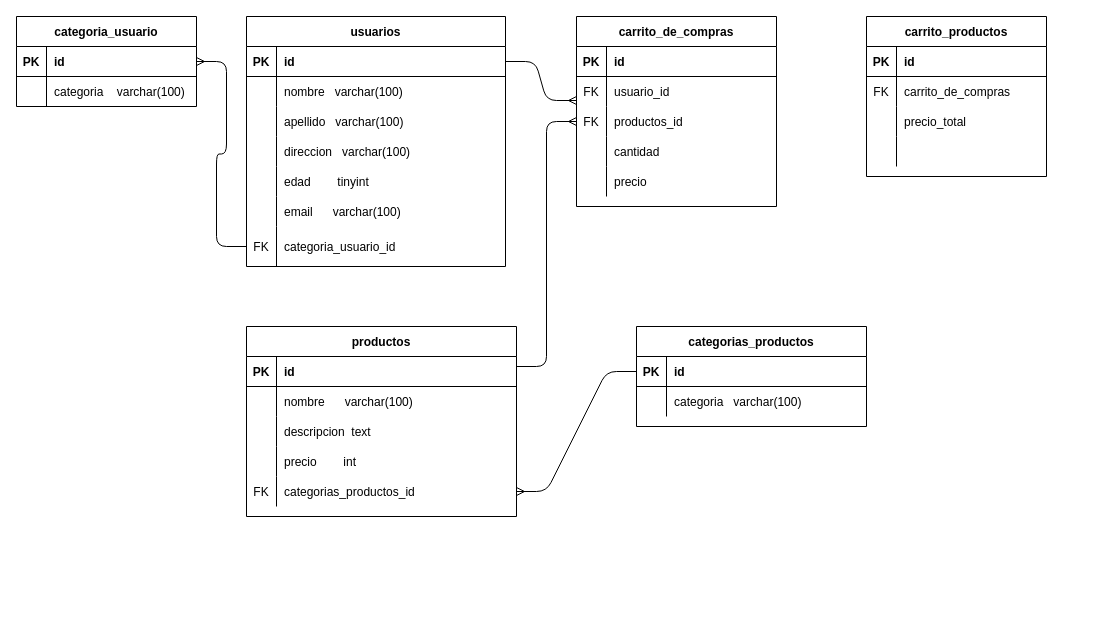
Above: src/data/diagrama.drawio in 0621CDFSNCN12LAED/grupo-10 (draw.io), before the change. Source tidied: cells renumbered, new cells numbered last; positions are measured from the earlier drawing's top-left corner, leaving out a move shared by most shapes. Both pictures are drawn from the tidied source at 100%, with x=0, y=0 at pixel (16, 16).
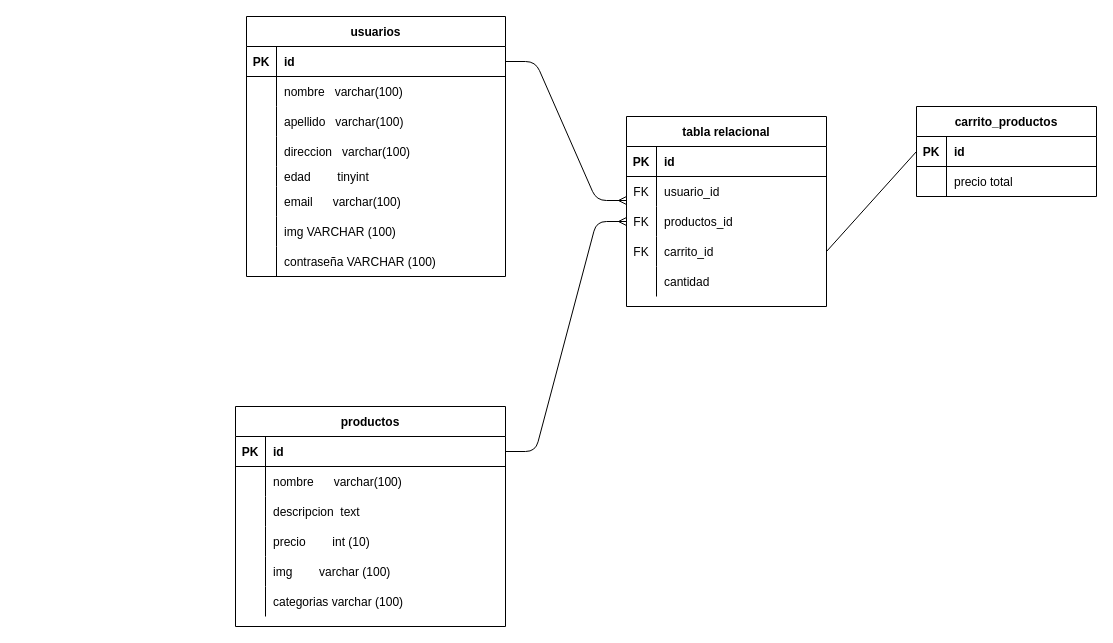
The same diagram, later.

Unchanged cells that the change refers to:
```xml
<mxCell id="10" style="shape=partialRectangle;fillColor=none;top=0;left=0;bottom=1;right=0;points=[[0,0.5],[1,0.5]];portConstraint=eastwest;" parent="9" vertex="1">
  <mxGeometry y="30" width="270" height="30" as="geometry" />
</mxCell>
<mxCell id="19" style="shape=partialRectangle;fillColor=none;top=0;left=0;bottom=0;right=0;" parent="9" vertex="1">
  <mxGeometry y="120" width="270" height="30" as="geometry" />
</mxCell>
<mxCell id="22" style="shape=partialRectangle;fillColor=none;top=0;left=0;bottom=0;right=0;points=[[0,0.5],[1,0.5]];portConstraint=eastwest;" parent="9" vertex="1">
  <mxGeometry y="150" width="270" height="30" as="geometry" />
</mxCell>
<mxCell id="61" style="shape=partialRectangle;fillColor=none;top=0;left=0;bottom=0;right=0;points=[[0,0.5],[1,0.5]];portConstraint=eastwest;" parent="54" vertex="1">
  <mxGeometry y="90" width="200" height="30" as="geometry" />
</mxCell>
<mxCell id="72" style="shape=partialRectangle;fillColor=none;top=0;left=0;bottom=1;right=0;points=[[0,0.5],[1,0.5]];portConstraint=eastwest;" parent="71" vertex="1">
  <mxGeometry y="30" width="180" height="30" as="geometry" />
</mxCell>
<mxCell id="75" style="shape=partialRectangle;fillColor=none;top=0;left=0;bottom=0;right=0;" parent="71" vertex="1">
  <mxGeometry y="60" width="180" height="30" as="geometry" />
</mxCell>
```

The edit, as a diff of the source:
```diff
@@
-    <mxCell id="2" value="categorias_productos" style="shape=table;startSize=30;childLayout=tableLayout;rowLines=0;fontStyle=1;align=center;" parent="1" vertex="1">
-      <mxGeometry x="620" y="310" width="230" height="100" as="geometry" />
-    </mxCell>
-    <mxCell id="3" style="shape=partialRectangle;fillColor=none;top=0;left=0;bottom=1;right=0;points=[[0,0.5],[1,0.5]];portConstraint=eastwest;" parent="2" vertex="1">
-      <mxGeometry y="30" width="230" height="30" as="geometry" />
-    </mxCell>
-    <mxCell id="4" value="PK" style="shape=partialRectangle;fillColor=none;top=0;left=0;bottom=0;right=0;fontStyle=1;overflow=hidden;" parent="3" vertex="1">
-      <mxGeometry width="30" height="30" as="geometry" />
-    </mxCell>
-    <mxCell id="5" value="id" style="shape=partialRectangle;fillColor=none;top=0;left=0;bottom=0;right=0;align=left;spacingLeft=6;fontStyle=1;overflow=hidden;" parent="3" vertex="1">
-      <mxGeometry x="30" width="200" height="30" as="geometry" />
-    </mxCell>
-    <mxCell id="6" style="shape=partialRectangle;fillColor=none;top=0;left=0;bottom=0;right=0;" parent="2" vertex="1">
-      <mxGeometry y="60" width="230" height="30" as="geometry" />
-    </mxCell>
-    <mxCell id="7" style="shape=partialRectangle;fillColor=none;top=0;left=0;bottom=0;right=0;overflow=hidden;" parent="6" vertex="1">
-      <mxGeometry width="30" height="30" as="geometry" />
-    </mxCell>
-    <mxCell id="8" value="categoria   varchar(100)" style="shape=partialRectangle;fillColor=none;top=0;left=0;bottom=0;right=0;align=left;spacingLeft=6;overflow=hidden;" parent="6" vertex="1">
-      <mxGeometry x="30" width="200" height="30" as="geometry" />
-    </mxCell>
     <mxCell id="9" value="productos" style="shape=table;startSize=30;childLayout=tableLayout;rowLines=0;fontStyle=1;align=center;" parent="1" vertex="1">
-      <mxGeometry x="230" y="310" width="270" height="190" as="geometry" />
+      <mxGeometry x="219" y="390" width="270" height="220" as="geometry" />
     </mxCell>
@@
-    <mxCell id="21" value="precio        int" style="shape=partialRectangle;fillColor=none;top=0;left=0;bottom=0;right=0;align=left;spacingLeft=6;overflow=hidden;" parent="19" vertex="1">
+    <mxCell id="21" value="precio        int (10)" style="shape=partialRectangle;fillColor=none;top=0;left=0;bottom=0;right=0;align=left;spacingLeft=6;overflow=hidden;" parent="19" vertex="1">
       <mxGeometry x="30" width="240" height="30" as="geometry" />
     </mxCell>
@@
-    <mxCell id="23" value="FK" style="shape=partialRectangle;fillColor=none;top=0;left=0;bottom=0;right=0;overflow=hidden;" parent="22" vertex="1">
+    <mxCell id="23" style="shape=partialRectangle;fillColor=none;top=0;left=0;bottom=0;right=0;overflow=hidden;" parent="22" vertex="1">
       <mxGeometry width="30" height="30" as="geometry" />
     </mxCell>
-    <mxCell id="24" value="categorias_productos_id" style="shape=partialRectangle;fillColor=none;top=0;left=0;bottom=0;right=0;align=left;spacingLeft=6;overflow=hidden;" parent="22" vertex="1">
+    <mxCell id="24" value="img        varchar (100)" style="shape=partialRectangle;fillColor=none;top=0;left=0;bottom=0;right=0;align=left;spacingLeft=6;overflow=hidden;" parent="22" vertex="1">
       <mxGeometry x="30" width="240" height="30" as="geometry" />
     </mxCell>
+    <mxCell id="87" style="shape=partialRectangle;fillColor=none;top=0;left=0;bottom=0;right=0;" parent="9" vertex="1">
+      <mxGeometry y="180" width="270" height="30" as="geometry" />
+    </mxCell>
+    <mxCell id="88" style="shape=partialRectangle;fillColor=none;top=0;left=0;bottom=0;right=0;overflow=hidden;" parent="87" vertex="1">
+      <mxGeometry width="30" height="30" as="geometry" />
+    </mxCell>
+    <mxCell id="89" value="categorias varchar (100)" style="shape=partialRectangle;fillColor=none;top=0;left=0;bottom=0;right=0;align=left;spacingLeft=6;overflow=hidden;" parent="87" vertex="1">
+      <mxGeometry x="30" width="240" height="30" as="geometry" />
+    </mxCell>
     <mxCell id="25" value="usuarios" style="shape=table;startSize=30;childLayout=tableLayout;rowLines=0;fontStyle=1;align=center;" parent="1" vertex="1">
-      <mxGeometry x="230" width="259" height="250" as="geometry" />
+      <mxGeometry x="230" width="259" height="260" as="geometry" />
     </mxCell>
@@
     <mxCell id="38" style="shape=partialRectangle;fillColor=none;top=0;left=0;bottom=0;right=0;" parent="25" vertex="1">
-      <mxGeometry y="150" width="259" height="30" as="geometry" />
+      <mxGeometry y="150" width="259" height="20" as="geometry" />
     </mxCell>
     <mxCell id="39" style="shape=partialRectangle;fillColor=none;top=0;left=0;bottom=0;right=0;overflow=hidden;" parent="38" vertex="1">
-      <mxGeometry width="30" height="30" as="geometry" />
+      <mxGeometry width="30" height="20" as="geometry" />
     </mxCell>
     <mxCell id="40" value="edad        tinyint" style="shape=partialRectangle;fillColor=none;top=0;left=0;bottom=0;right=0;align=left;spacingLeft=6;overflow=hidden;" parent="38" vertex="1">
-      <mxGeometry x="30" width="229" height="30" as="geometry" />
+      <mxGeometry x="30" width="229" height="20" as="geometry" />
     </mxCell>
     <mxCell id="41" style="shape=partialRectangle;fillColor=none;top=0;left=0;bottom=0;right=0;" parent="25" vertex="1">
-      <mxGeometry y="180" width="259" height="30" as="geometry" />
+      <mxGeometry y="170" width="259" height="30" as="geometry" />
     </mxCell>
@@
-    <mxCell id="44" style="shape=partialRectangle;fillColor=none;top=0;left=0;bottom=0;right=0;points=[[0,0.5],[1,0.5]];portConstraint=eastwest;" parent="25" vertex="1">
-      <mxGeometry y="210" width="259" height="40" as="geometry" />
-    </mxCell>
-    <mxCell id="45" value="FK" style="shape=partialRectangle;fillColor=none;top=0;left=0;bottom=0;right=0;overflow=hidden;" parent="44" vertex="1">
-      <mxGeometry width="30" height="40" as="geometry" />
-    </mxCell>
-    <mxCell id="46" value="categoria_usuario_id" style="shape=partialRectangle;fillColor=none;top=0;left=0;bottom=0;right=0;align=left;spacingLeft=6;overflow=hidden;" parent="44" vertex="1">
-      <mxGeometry x="30" width="229" height="40" as="geometry" />
-    </mxCell>
-    <mxCell id="47" value="categoria_usuario" style="shape=table;startSize=30;childLayout=tableLayout;rowLines=0;fontStyle=1;align=center;" parent="1" vertex="1">
-      <mxGeometry width="180" height="90" as="geometry" />
-    </mxCell>
-    <mxCell id="48" style="shape=partialRectangle;fillColor=none;top=0;left=0;bottom=1;right=0;points=[[0,0.5],[1,0.5]];portConstraint=eastwest;" parent="47" vertex="1">
-      <mxGeometry y="30" width="180" height="30" as="geometry" />
-    </mxCell>
-    <mxCell id="49" value="PK" style="shape=partialRectangle;fillColor=none;top=0;left=0;bottom=0;right=0;fontStyle=1;overflow=hidden;" parent="48" vertex="1">
-      <mxGeometry width="30" height="30" as="geometry" />
-    </mxCell>
-    <mxCell id="50" value="id" style="shape=partialRectangle;fillColor=none;top=0;left=0;bottom=0;right=0;align=left;spacingLeft=6;fontStyle=1;overflow=hidden;" parent="48" vertex="1">
-      <mxGeometry x="30" width="150" height="30" as="geometry" />
-    </mxCell>
-    <mxCell id="51" style="shape=partialRectangle;fillColor=none;top=0;left=0;bottom=0;right=0;" parent="47" vertex="1">
-      <mxGeometry y="60" width="180" height="30" as="geometry" />
-    </mxCell>
-    <mxCell id="52" style="shape=partialRectangle;fillColor=none;top=0;left=0;bottom=0;right=0;overflow=hidden;" parent="51" vertex="1">
-      <mxGeometry width="30" height="30" as="geometry" />
-    </mxCell>
-    <mxCell id="53" value="categoria    varchar(100)" style="shape=partialRectangle;fillColor=none;top=0;left=0;bottom=0;right=0;align=left;spacingLeft=6;overflow=hidden;" parent="51" vertex="1">
-      <mxGeometry x="30" width="150" height="30" as="geometry" />
-    </mxCell>
+    <mxCell id="90" style="shape=partialRectangle;fillColor=none;top=0;left=0;bottom=0;right=0;" parent="25" vertex="1">
+      <mxGeometry y="200" width="259" height="30" as="geometry" />
+    </mxCell>
+    <mxCell id="91" style="shape=partialRectangle;fillColor=none;top=0;left=0;bottom=0;right=0;overflow=hidden;" parent="90" vertex="1">
+      <mxGeometry width="30" height="30" as="geometry" />
+    </mxCell>
+    <mxCell id="92" value="img VARCHAR (100)" style="shape=partialRectangle;fillColor=none;top=0;left=0;bottom=0;right=0;align=left;spacingLeft=6;overflow=hidden;" parent="90" vertex="1">
+      <mxGeometry x="30" width="229" height="30" as="geometry" />
+    </mxCell>
+    <mxCell id="93" style="shape=partialRectangle;fillColor=none;top=0;left=0;bottom=0;right=0;" parent="25" vertex="1">
+      <mxGeometry y="230" width="259" height="30" as="geometry" />
+    </mxCell>
+    <mxCell id="94" style="shape=partialRectangle;fillColor=none;top=0;left=0;bottom=0;right=0;overflow=hidden;" parent="93" vertex="1">
+      <mxGeometry width="30" height="30" as="geometry" />
+    </mxCell>
+    <mxCell id="95" value="contraseña VARCHAR (100)" style="shape=partialRectangle;fillColor=none;top=0;left=0;bottom=0;right=0;align=left;spacingLeft=6;overflow=hidden;" parent="93" vertex="1">
+      <mxGeometry x="30" width="229" height="30" as="geometry" />
+    </mxCell>
-    <mxCell id="54" value="carrito_de_compras" style="shape=table;startSize=30;childLayout=tableLayout;rowLines=0;fontStyle=1;align=center;" parent="1" vertex="1">
-      <mxGeometry x="560" width="200" height="190" as="geometry" />
+    <mxCell id="54" value="tabla relacional" style="shape=table;startSize=30;childLayout=tableLayout;rowLines=0;fontStyle=1;align=center;" parent="1" vertex="1">
+      <mxGeometry x="610" y="100" width="200" height="190" as="geometry" />
     </mxCell>
@@
+    <mxCell id="67" style="shape=partialRectangle;fillColor=none;top=0;left=0;bottom=0;right=0;points=[[0,0.5],[1,0.5]];portConstraint=eastwest;" parent="54" vertex="1">
+      <mxGeometry y="120" width="200" height="30" as="geometry" />
+    </mxCell>
+    <mxCell id="68" value="FK" style="shape=partialRectangle;fillColor=none;top=0;left=0;bottom=0;right=0;overflow=hidden;" parent="67" vertex="1">
+      <mxGeometry width="30" height="30" as="geometry" />
+    </mxCell>
+    <mxCell id="69" value="carrito_id" style="shape=partialRectangle;fillColor=none;top=0;left=0;bottom=0;right=0;align=left;spacingLeft=6;overflow=hidden;" parent="67" vertex="1">
+      <mxGeometry x="30" width="170" height="30" as="geometry" />
+    </mxCell>
     <mxCell id="64" style="shape=partialRectangle;fillColor=none;top=0;left=0;bottom=0;right=0;" parent="54" vertex="1">
-      <mxGeometry y="120" width="200" height="30" as="geometry" />
+      <mxGeometry y="150" width="200" height="30" as="geometry" />
     </mxCell>
@@
-    <mxCell id="67" style="shape=partialRectangle;fillColor=none;top=0;left=0;bottom=0;right=0;points=[[0,0.5],[1,0.5]];portConstraint=eastwest;" parent="54" vertex="1">
-      <mxGeometry y="150" width="200" height="30" as="geometry" />
-    </mxCell>
-    <mxCell id="68" style="shape=partialRectangle;fillColor=none;top=0;left=0;bottom=0;right=0;overflow=hidden;" parent="67" vertex="1">
-      <mxGeometry width="30" height="30" as="geometry" />
-    </mxCell>
-    <mxCell id="69" value="precio" style="shape=partialRectangle;fillColor=none;top=0;left=0;bottom=0;right=0;align=left;spacingLeft=6;overflow=hidden;" parent="67" vertex="1">
-      <mxGeometry x="30" width="170" height="30" as="geometry" />
-    </mxCell>
-    <mxCell id="70" style="edgeStyle=entityRelationEdgeStyle;fontSize=12;html=1;endArrow=none;endFill=0;exitX=1;exitY=0.5;exitDx=0;exitDy=0;entryX=0;entryY=0.5;entryDx=0;entryDy=0;startArrow=ERmany;startFill=0;" parent="1" edge="1" source="48" target="44">
-      <mxGeometry relative="1" as="geometry" />
-    </mxCell>
     <mxCell id="71" value="carrito_productos" style="shape=table;startSize=30;childLayout=tableLayout;rowLines=0;fontStyle=1;align=center;" parent="1" vertex="1">
-      <mxGeometry x="850" width="180" height="160" as="geometry" />
+      <mxGeometry x="900" y="90" width="180" height="90" as="geometry" />
     </mxCell>
@@
-    <mxCell id="76" value="FK" style="shape=partialRectangle;fillColor=none;top=0;left=0;bottom=0;right=0;overflow=hidden;" parent="75" vertex="1">
+    <mxCell id="76" style="shape=partialRectangle;fillColor=none;top=0;left=0;bottom=0;right=0;overflow=hidden;" parent="75" vertex="1">
       <mxGeometry width="30" height="30" as="geometry" />
     </mxCell>
-    <mxCell id="77" value="carrito_de_compras" style="shape=partialRectangle;fillColor=none;top=0;left=0;bottom=0;right=0;align=left;spacingLeft=6;overflow=hidden;" parent="75" vertex="1">
+    <mxCell id="77" value="precio total" style="shape=partialRectangle;fillColor=none;top=0;left=0;bottom=0;right=0;align=left;spacingLeft=6;overflow=hidden;" parent="75" vertex="1">
       <mxGeometry x="30" width="150" height="30" as="geometry" />
     </mxCell>
-    <mxCell id="78" style="shape=partialRectangle;fillColor=none;top=0;left=0;bottom=0;right=0;" parent="71" vertex="1">
-      <mxGeometry y="90" width="180" height="30" as="geometry" />
-    </mxCell>
-    <mxCell id="79" style="shape=partialRectangle;fillColor=none;top=0;left=0;bottom=0;right=0;overflow=hidden;" parent="78" vertex="1">
-      <mxGeometry width="30" height="30" as="geometry" />
-    </mxCell>
-    <mxCell id="80" value="precio_total" style="shape=partialRectangle;fillColor=none;top=0;left=0;bottom=0;right=0;align=left;spacingLeft=6;overflow=hidden;" parent="78" vertex="1">
-      <mxGeometry x="30" width="150" height="30" as="geometry" />
-    </mxCell>
-    <mxCell id="81" style="shape=partialRectangle;fillColor=none;top=0;left=0;bottom=0;right=0;" parent="71" vertex="1">
-      <mxGeometry y="120" width="180" height="30" as="geometry" />
-    </mxCell>
-    <mxCell id="82" style="shape=partialRectangle;fillColor=none;top=0;left=0;bottom=0;right=0;overflow=hidden;" parent="81" vertex="1">
-      <mxGeometry width="30" height="30" as="geometry" />
-    </mxCell>
-    <mxCell id="83" style="shape=partialRectangle;fillColor=none;top=0;left=0;bottom=0;right=0;align=left;spacingLeft=6;overflow=hidden;" parent="81" vertex="1">
-      <mxGeometry x="30" width="150" height="30" as="geometry" />
-    </mxCell>
@@
-    <mxCell id="85" style="edgeStyle=entityRelationEdgeStyle;fontSize=12;html=1;endArrow=ERmany;entryX=0;entryY=0.5;entryDx=0;entryDy=0;" parent="1" edge="1" target="61">
-      <mxGeometry relative="1" as="geometry">
-        <mxPoint x="500" y="350" as="sourcePoint" />
-      </mxGeometry>
+    <mxCell id="85" style="edgeStyle=entityRelationEdgeStyle;fontSize=12;html=1;endArrow=ERmany;entryX=0;entryY=0.5;entryDx=0;entryDy=0;exitX=1;exitY=0.5;exitDx=0;exitDy=0;" parent="1" edge="1" source="10" target="61">
+      <mxGeometry relative="1" as="geometry" />
     </mxCell>
-    <mxCell id="86" style="edgeStyle=entityRelationEdgeStyle;fontSize=12;html=1;endArrow=none;endFill=0;startArrow=ERmany;startFill=0;exitX=1;exitY=0.5;exitDx=0;exitDy=0;" parent="1" edge="1" source="22" target="3">
-      <mxGeometry relative="1" as="geometry" />
-    </mxCell>
+    <mxCell id="96" style="endArrow=none;html=1;entryX=0;entryY=0.5;entryDx=0;entryDy=0;exitX=1;exitY=0.5;exitDx=0;exitDy=0;" parent="1" edge="1" source="67" target="72">
+      <mxGeometry relative="1" as="geometry" />
+    </mxCell>
```
